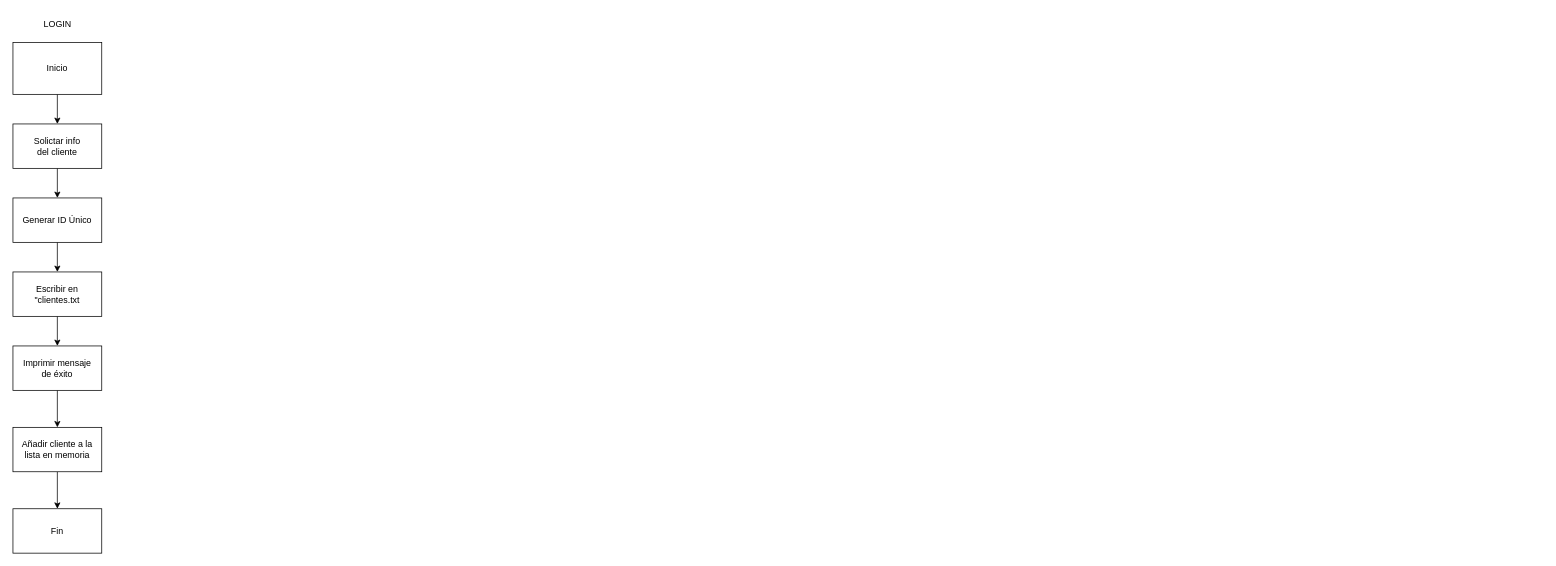
Before: diagrama_flujo.drawio in hollyredfield/dam1, a draw.io diagram. Source tidied: cells renumbered, new cells numbered last; positions are measured from the earlier drawing's top-left corner, leaving out a move shared by most shapes. Both pictures are drawn from the tidied source at 74%, with x=0, y=0 at pixel (13, 13).
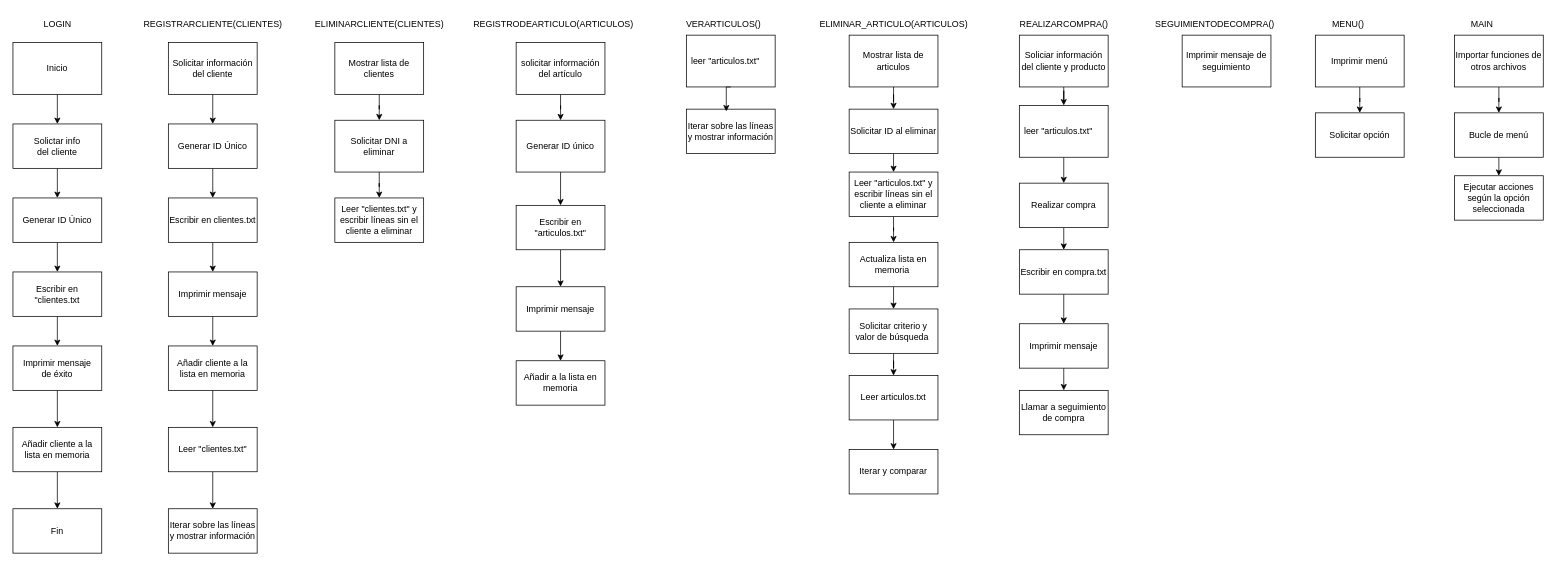
The same diagram, later.

The edit, as a diff of the source:
```diff
@@
+    <mxCell id="16" value="REGISTRARCLIENTE(CLIENTES)" style="text;html=1;align=center;verticalAlign=middle;strokeColor=none;fillColor=none;" parent="1" vertex="1">
+      <mxGeometry x="165" width="210" height="30" as="geometry" />
+    </mxCell>
+    <mxCell id="17" style="edgeStyle=orthogonalEdgeStyle;rounded=0;jettySize=auto;html=1;exitX=0.5;exitY=1;exitDx=0;exitDy=0;" parent="1" edge="1" source="18" target="20">
+      <mxGeometry relative="1" as="geometry" />
+    </mxCell>
+    <mxCell id="18" value="Solicitar información&lt;br&gt;del cliente" style="rounded=0;whiteSpace=wrap;html=1;" parent="1" vertex="1">
+      <mxGeometry x="210" y="40" width="120" height="70" as="geometry" />
+    </mxCell>
+    <mxCell id="19" style="edgeStyle=orthogonalEdgeStyle;rounded=0;jettySize=auto;html=1;entryX=0.5;entryY=0;entryDx=0;entryDy=0;" parent="1" edge="1" source="20" target="22">
+      <mxGeometry relative="1" as="geometry" />
+    </mxCell>
+    <mxCell id="20" value="Generar ID Único" style="rounded=0;whiteSpace=wrap;html=1;" parent="1" vertex="1">
+      <mxGeometry x="210" y="150" width="120" height="60" as="geometry" />
+    </mxCell>
+    <mxCell id="21" style="edgeStyle=orthogonalEdgeStyle;rounded=0;jettySize=auto;html=1;exitX=0.5;exitY=1;exitDx=0;exitDy=0;entryX=0.5;entryY=0;entryDx=0;entryDy=0;" parent="1" edge="1" source="22" target="24">
+      <mxGeometry relative="1" as="geometry" />
+    </mxCell>
+    <mxCell id="22" value="Escribir en clientes.txt" style="rounded=0;whiteSpace=wrap;html=1;" parent="1" vertex="1">
+      <mxGeometry x="210" y="250" width="120" height="60" as="geometry" />
+    </mxCell>
+    <mxCell id="23" style="edgeStyle=orthogonalEdgeStyle;rounded=0;jettySize=auto;html=1;exitX=0.5;exitY=1;exitDx=0;exitDy=0;" parent="1" edge="1" source="24" target="26">
+      <mxGeometry relative="1" as="geometry" />
+    </mxCell>
+    <mxCell id="24" value="Imprimir mensaje" style="rounded=0;whiteSpace=wrap;html=1;" parent="1" vertex="1">
+      <mxGeometry x="210" y="350" width="120" height="60" as="geometry" />
+    </mxCell>
+    <mxCell id="25" style="edgeStyle=orthogonalEdgeStyle;rounded=0;jettySize=auto;html=1;entryX=0.5;entryY=0;entryDx=0;entryDy=0;" parent="1" edge="1" source="26" target="28">
+      <mxGeometry relative="1" as="geometry" />
+    </mxCell>
+    <mxCell id="26" value="Añadir cliente a la lista en memoria" style="rounded=0;whiteSpace=wrap;html=1;" parent="1" vertex="1">
+      <mxGeometry x="210" y="450" width="120" height="60" as="geometry" />
+    </mxCell>
+    <mxCell id="27" style="edgeStyle=orthogonalEdgeStyle;rounded=0;jettySize=auto;html=1;exitX=0.5;exitY=1;exitDx=0;exitDy=0;entryX=0.5;entryY=0;entryDx=0;entryDy=0;" parent="1" edge="1" source="28" target="29">
+      <mxGeometry relative="1" as="geometry" />
+    </mxCell>
+    <mxCell id="28" value="Leer &quot;clientes.txt&quot;" style="rounded=0;whiteSpace=wrap;html=1;" parent="1" vertex="1">
+      <mxGeometry x="210" y="560" width="120" height="60" as="geometry" />
+    </mxCell>
+    <mxCell id="29" value="Iterar sobre las líneas y mostrar información" style="rounded=0;whiteSpace=wrap;html=1;" parent="1" vertex="1">
+      <mxGeometry x="210" y="670" width="120" height="60" as="geometry" />
+    </mxCell>
+    <mxCell id="30" value="ELIMINARCLIENTE(CLIENTES)" style="text;html=1;align=center;verticalAlign=middle;strokeColor=none;fillColor=none;" parent="1" vertex="1">
+      <mxGeometry x="395" width="200" height="30" as="geometry" />
+    </mxCell>
+    <mxCell id="31" style="edgeStyle=orthogonalEdgeStyle;rounded=0;jettySize=auto;html=1;entryX=0.5;entryY=0;entryDx=0;entryDy=0;" parent="1" edge="1" source="32" target="34">
+      <mxGeometry relative="1" as="geometry" />
+    </mxCell>
+    <mxCell id="32" value="Mostrar lista de clientes" style="rounded=0;whiteSpace=wrap;html=1;" parent="1" vertex="1">
+      <mxGeometry x="435" y="40" width="120" height="70" as="geometry" />
+    </mxCell>
+    <mxCell id="33" style="edgeStyle=orthogonalEdgeStyle;rounded=0;jettySize=auto;html=1;exitX=0.5;exitY=1;exitDx=0;exitDy=0;" parent="1" edge="1" source="34" target="35">
+      <mxGeometry relative="1" as="geometry" />
+    </mxCell>
+    <mxCell id="34" value="Solicitar DNI a eliminar" style="rounded=0;whiteSpace=wrap;html=1;" parent="1" vertex="1">
+      <mxGeometry x="435" y="145" width="120" height="70" as="geometry" />
+    </mxCell>
+    <mxCell id="35" value="Leer &quot;clientes.txt&quot; y escribir líneas sin el cliente a eliminar" style="rounded=0;whiteSpace=wrap;html=1;" parent="1" vertex="1">
+      <mxGeometry x="435" y="250" width="120" height="60" as="geometry" />
+    </mxCell>
+    <mxCell id="36" value="REGISTRODEARTICULO(ARTICULOS)" style="text;html=1;align=center;verticalAlign=middle;strokeColor=none;fillColor=none;" parent="1" vertex="1">
+      <mxGeometry x="610" width="240" height="30" as="geometry" />
+    </mxCell>
+    <mxCell id="37" style="edgeStyle=orthogonalEdgeStyle;rounded=0;jettySize=auto;html=1;entryX=0.5;entryY=0;entryDx=0;entryDy=0;" parent="1" edge="1" source="38" target="40">
+      <mxGeometry relative="1" as="geometry" />
+    </mxCell>
+    <mxCell id="38" value="solicitar información del artículo" style="rounded=0;whiteSpace=wrap;html=1;" parent="1" vertex="1">
+      <mxGeometry x="680" y="40" width="120" height="70" as="geometry" />
+    </mxCell>
+    <mxCell id="39" style="edgeStyle=orthogonalEdgeStyle;rounded=0;jettySize=auto;html=1;exitX=0.5;exitY=1;exitDx=0;exitDy=0;entryX=0.5;entryY=0;entryDx=0;entryDy=0;" parent="1" edge="1" source="40" target="42">
+      <mxGeometry relative="1" as="geometry" />
+    </mxCell>
+    <mxCell id="40" value="Generar ID único" style="rounded=0;whiteSpace=wrap;html=1;" parent="1" vertex="1">
+      <mxGeometry x="680" y="145" width="120" height="70" as="geometry" />
+    </mxCell>
+    <mxCell id="41" style="edgeStyle=orthogonalEdgeStyle;rounded=0;jettySize=auto;html=1;exitX=0.5;exitY=1;exitDx=0;exitDy=0;" parent="1" edge="1" source="42" target="44">
+      <mxGeometry relative="1" as="geometry" />
+    </mxCell>
+    <mxCell id="42" value="Escribir en &quot;articulos.txt&quot;" style="rounded=0;whiteSpace=wrap;html=1;" parent="1" vertex="1">
+      <mxGeometry x="680" y="260" width="120" height="60" as="geometry" />
+    </mxCell>
+    <mxCell id="43" style="edgeStyle=orthogonalEdgeStyle;rounded=0;jettySize=auto;html=1;exitX=0.5;exitY=1;exitDx=0;exitDy=0;entryX=0.5;entryY=0;entryDx=0;entryDy=0;" parent="1" edge="1" source="44" target="45">
+      <mxGeometry relative="1" as="geometry" />
+    </mxCell>
+    <mxCell id="44" value="Imprimir mensaje" style="rounded=0;whiteSpace=wrap;html=1;" parent="1" vertex="1">
+      <mxGeometry x="680" y="370" width="120" height="60" as="geometry" />
+    </mxCell>
+    <mxCell id="45" value="Añadir a la lista en memoria" style="rounded=0;whiteSpace=wrap;html=1;" parent="1" vertex="1">
+      <mxGeometry x="680" y="470" width="120" height="60" as="geometry" />
+    </mxCell>
+    <mxCell id="46" value="VERARTICULOS()" style="text;html=1;align=center;verticalAlign=middle;strokeColor=none;fillColor=none;" parent="1" vertex="1">
+      <mxGeometry x="900" width="120" height="30" as="geometry" />
+    </mxCell>
+    <mxCell id="47" value="leer &quot;articulos.txt&quot;&lt;span style=&quot;white-space: pre;&quot;&gt;&#9;&lt;/span&gt;" style="rounded=0;whiteSpace=wrap;html=1;" parent="1" vertex="1">
+      <mxGeometry x="910" y="30" width="120" height="70" as="geometry" />
+    </mxCell>
+    <mxCell id="48" value="Iterar sobre las líneas y mostrar información" style="rounded=0;whiteSpace=wrap;html=1;" parent="1" vertex="1">
+      <mxGeometry x="910" y="130" width="120" height="60" as="geometry" />
+    </mxCell>
+    <mxCell id="49" style="edgeStyle=orthogonalEdgeStyle;rounded=0;jettySize=auto;html=1;exitX=0.5;exitY=1;exitDx=0;exitDy=0;entryX=0.45;entryY=0.05;entryDx=0;entryDy=0;entryPerimeter=0;" parent="1" edge="1" source="47" target="48">
+      <mxGeometry relative="1" as="geometry" />
+    </mxCell>
+    <mxCell id="50" value="ELIMINAR_ARTICULO(ARTICULOS)" style="text;html=1;align=center;verticalAlign=middle;strokeColor=none;fillColor=none;" parent="1" vertex="1">
+      <mxGeometry x="1080" width="220" height="30" as="geometry" />
+    </mxCell>
+    <mxCell id="51" style="edgeStyle=orthogonalEdgeStyle;rounded=0;jettySize=auto;html=1;exitX=0.5;exitY=1;exitDx=0;exitDy=0;" parent="1" edge="1" source="52" target="54">
+      <mxGeometry relative="1" as="geometry" />
+    </mxCell>
+    <mxCell id="52" value="Mostrar lista de articulos" style="rounded=0;whiteSpace=wrap;html=1;" parent="1" vertex="1">
+      <mxGeometry x="1130" y="30" width="120" height="70" as="geometry" />
+    </mxCell>
+    <mxCell id="53" style="edgeStyle=orthogonalEdgeStyle;rounded=0;jettySize=auto;html=1;exitX=0.5;exitY=1;exitDx=0;exitDy=0;entryX=0.5;entryY=0;entryDx=0;entryDy=0;" parent="1" edge="1" source="54" target="56">
+      <mxGeometry relative="1" as="geometry" />
+    </mxCell>
+    <mxCell id="54" value="Solicitar ID al eliminar" style="rounded=0;whiteSpace=wrap;html=1;" parent="1" vertex="1">
+      <mxGeometry x="1130" y="130" width="120" height="60" as="geometry" />
+    </mxCell>
+    <mxCell id="55" style="edgeStyle=orthogonalEdgeStyle;rounded=0;jettySize=auto;html=1;exitX=0.5;exitY=1;exitDx=0;exitDy=0;" parent="1" edge="1" source="56" target="58">
+      <mxGeometry relative="1" as="geometry" />
+    </mxCell>
+    <mxCell id="56" value="Leer &quot;articulos.txt&quot; y escribir líneas sin el cliente a eliminar" style="rounded=0;whiteSpace=wrap;html=1;" parent="1" vertex="1">
+      <mxGeometry x="1130" y="215" width="120" height="60" as="geometry" />
+    </mxCell>
+    <mxCell id="57" style="edgeStyle=orthogonalEdgeStyle;rounded=0;jettySize=auto;html=1;exitX=0.5;exitY=1;exitDx=0;exitDy=0;entryX=0.5;entryY=0;entryDx=0;entryDy=0;" parent="1" edge="1" source="58" target="60">
+      <mxGeometry relative="1" as="geometry" />
+    </mxCell>
+    <mxCell id="58" value="Actualiza lista en memoria&amp;nbsp;" style="rounded=0;whiteSpace=wrap;html=1;" parent="1" vertex="1">
+      <mxGeometry x="1130" y="310" width="120" height="60" as="geometry" />
+    </mxCell>
+    <mxCell id="59" style="edgeStyle=orthogonalEdgeStyle;rounded=0;jettySize=auto;html=1;exitX=0.5;exitY=1;exitDx=0;exitDy=0;" parent="1" edge="1" source="60" target="62">
+      <mxGeometry relative="1" as="geometry" />
+    </mxCell>
+    <mxCell id="60" value="Solicitar criterio y valor de búsqueda&amp;nbsp;" style="rounded=0;whiteSpace=wrap;html=1;" parent="1" vertex="1">
+      <mxGeometry x="1130" y="400" width="120" height="60" as="geometry" />
+    </mxCell>
+    <mxCell id="61" style="edgeStyle=orthogonalEdgeStyle;rounded=0;jettySize=auto;html=1;exitX=0.5;exitY=1;exitDx=0;exitDy=0;entryX=0.5;entryY=0;entryDx=0;entryDy=0;" parent="1" edge="1" source="62" target="63">
+      <mxGeometry relative="1" as="geometry" />
+    </mxCell>
+    <mxCell id="62" value="Leer articulos.txt" style="rounded=0;whiteSpace=wrap;html=1;" parent="1" vertex="1">
+      <mxGeometry x="1130" y="490" width="120" height="60" as="geometry" />
+    </mxCell>
+    <mxCell id="63" value="Iterar y comparar" style="rounded=0;whiteSpace=wrap;html=1;" parent="1" vertex="1">
+      <mxGeometry x="1130" y="590" width="120" height="60" as="geometry" />
+    </mxCell>
+    <mxCell id="64" value="REALIZARCOMPRA()" style="text;html=1;align=center;verticalAlign=middle;strokeColor=none;fillColor=none;" parent="1" vertex="1">
+      <mxGeometry x="1350" width="140" height="30" as="geometry" />
+    </mxCell>
+    <mxCell id="65" style="edgeStyle=orthogonalEdgeStyle;rounded=0;jettySize=auto;html=1;entryX=0.5;entryY=0;entryDx=0;entryDy=0;" parent="1" edge="1" source="66" target="68">
+      <mxGeometry relative="1" as="geometry" />
+    </mxCell>
+    <mxCell id="66" value="Soliciar información del cliente y producto" style="rounded=0;whiteSpace=wrap;html=1;" parent="1" vertex="1">
+      <mxGeometry x="1360" y="30" width="120" height="70" as="geometry" />
+    </mxCell>
+    <mxCell id="67" style="edgeStyle=orthogonalEdgeStyle;rounded=0;jettySize=auto;html=1;exitX=0.5;exitY=1;exitDx=0;exitDy=0;entryX=0.5;entryY=0;entryDx=0;entryDy=0;" parent="1" edge="1" source="68" target="70">
+      <mxGeometry relative="1" as="geometry" />
+    </mxCell>
+    <mxCell id="68" value="leer &quot;articulos.txt&quot;&lt;span style=&quot;white-space: pre;&quot;&gt;&#9;&lt;/span&gt;" style="rounded=0;whiteSpace=wrap;html=1;" parent="1" vertex="1">
+      <mxGeometry x="1360" y="125" width="120" height="70" as="geometry" />
+    </mxCell>
+    <mxCell id="69" style="edgeStyle=orthogonalEdgeStyle;rounded=0;jettySize=auto;html=1;exitX=0.5;exitY=1;exitDx=0;exitDy=0;entryX=0.5;entryY=0;entryDx=0;entryDy=0;" parent="1" edge="1" source="70" target="72">
+      <mxGeometry relative="1" as="geometry" />
+    </mxCell>
+    <mxCell id="70" value="Realizar compra" style="rounded=0;whiteSpace=wrap;html=1;" parent="1" vertex="1">
+      <mxGeometry x="1360" y="230" width="120" height="60" as="geometry" />
+    </mxCell>
+    <mxCell id="71" style="edgeStyle=orthogonalEdgeStyle;rounded=0;jettySize=auto;html=1;entryX=0.5;entryY=0;entryDx=0;entryDy=0;" parent="1" edge="1" source="72" target="74">
+      <mxGeometry relative="1" as="geometry" />
+    </mxCell>
+    <mxCell id="72" value="Escribir en compra.txt" style="rounded=0;whiteSpace=wrap;html=1;" parent="1" vertex="1">
+      <mxGeometry x="1360" y="320" width="120" height="60" as="geometry" />
+    </mxCell>
+    <mxCell id="73" style="edgeStyle=orthogonalEdgeStyle;rounded=0;jettySize=auto;html=1;exitX=0.5;exitY=1;exitDx=0;exitDy=0;entryX=0.5;entryY=0;entryDx=0;entryDy=0;" parent="1" edge="1" source="74" target="75">
+      <mxGeometry relative="1" as="geometry" />
+    </mxCell>
+    <mxCell id="74" value="Imprimir mensaje" style="rounded=0;whiteSpace=wrap;html=1;" parent="1" vertex="1">
+      <mxGeometry x="1360" y="420" width="120" height="60" as="geometry" />
+    </mxCell>
+    <mxCell id="75" value="Llamar a seguimiento de compra" style="rounded=0;whiteSpace=wrap;html=1;" parent="1" vertex="1">
+      <mxGeometry x="1360" y="510" width="120" height="60" as="geometry" />
+    </mxCell>
+    <mxCell id="76" value="SEGUIMIENTODECOMPRA()" style="text;html=1;align=center;verticalAlign=middle;strokeColor=none;fillColor=none;" parent="1" vertex="1">
+      <mxGeometry x="1534" width="180" height="30" as="geometry" />
+    </mxCell>
+    <mxCell id="77" value="Imprimir mensaje de seguimiento" style="rounded=0;whiteSpace=wrap;html=1;" parent="1" vertex="1">
+      <mxGeometry x="1580" y="30" width="120" height="70" as="geometry" />
+    </mxCell>
+    <mxCell id="78" value="MENU()" style="text;html=1;align=center;verticalAlign=middle;strokeColor=none;fillColor=none;" parent="1" vertex="1">
+      <mxGeometry x="1769" width="70" height="30" as="geometry" />
+    </mxCell>
+    <mxCell id="79" style="edgeStyle=orthogonalEdgeStyle;rounded=0;jettySize=auto;html=1;exitX=0.5;exitY=1;exitDx=0;exitDy=0;" parent="1" edge="1" source="80" target="81">
+      <mxGeometry relative="1" as="geometry" />
+    </mxCell>
+    <mxCell id="80" value="Imprimir menú" style="rounded=0;whiteSpace=wrap;html=1;" parent="1" vertex="1">
+      <mxGeometry x="1760" y="30" width="120" height="70" as="geometry" />
+    </mxCell>
+    <mxCell id="81" value="Solicitar opción" style="rounded=0;whiteSpace=wrap;html=1;" parent="1" vertex="1">
+      <mxGeometry x="1760" y="135" width="120" height="60" as="geometry" />
+    </mxCell>
+    <mxCell id="82" value="MAIN" style="text;html=1;align=center;verticalAlign=middle;strokeColor=none;fillColor=none;" parent="1" vertex="1">
+      <mxGeometry x="1960" width="50" height="30" as="geometry" />
+    </mxCell>
+    <mxCell id="83" style="edgeStyle=orthogonalEdgeStyle;rounded=0;jettySize=auto;html=1;exitX=0.5;exitY=1;exitDx=0;exitDy=0;" parent="1" edge="1" source="84" target="86">
+      <mxGeometry relative="1" as="geometry" />
+    </mxCell>
+    <mxCell id="84" value="Importar funciones de otros archivos" style="rounded=0;whiteSpace=wrap;html=1;" parent="1" vertex="1">
+      <mxGeometry x="1948" y="30" width="120" height="70" as="geometry" />
+    </mxCell>
+    <mxCell id="85" style="edgeStyle=orthogonalEdgeStyle;rounded=0;jettySize=auto;html=1;exitX=0.5;exitY=1;exitDx=0;exitDy=0;entryX=0.5;entryY=0;entryDx=0;entryDy=0;" parent="1" edge="1" source="86" target="87">
+      <mxGeometry relative="1" as="geometry" />
+    </mxCell>
+    <mxCell id="86" value="Bucle de menú" style="rounded=0;whiteSpace=wrap;html=1;" parent="1" vertex="1">
+      <mxGeometry x="1948" y="135" width="120" height="60" as="geometry" />
+    </mxCell>
+    <mxCell id="87" value="Ejecutar acciones según la opción seleccionada" style="rounded=0;whiteSpace=wrap;html=1;" parent="1" vertex="1">
+      <mxGeometry x="1948" y="220" width="120" height="60" as="geometry" />
+    </mxCell>
```
